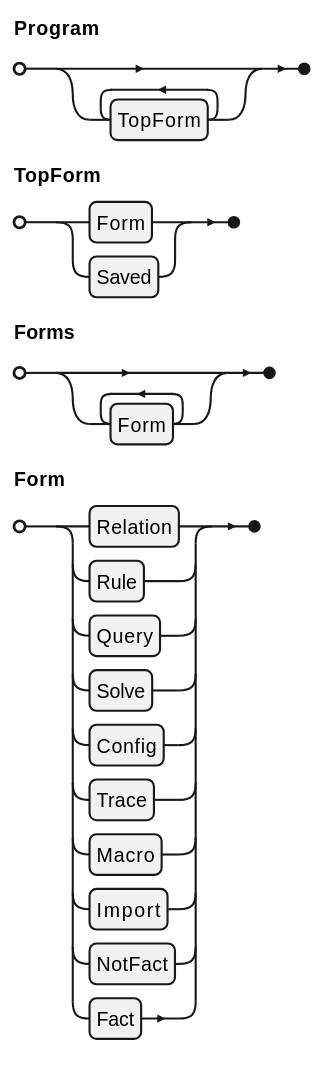
Above: docs/ein/user/04-reference/diagrams/01-grammar-phrase-program.svg in agutikov/ein (PlantUML), before the change. Its source is kept beside it as docs/ein/user/04-reference/diagrams/01-grammar-phrase-program.puml.
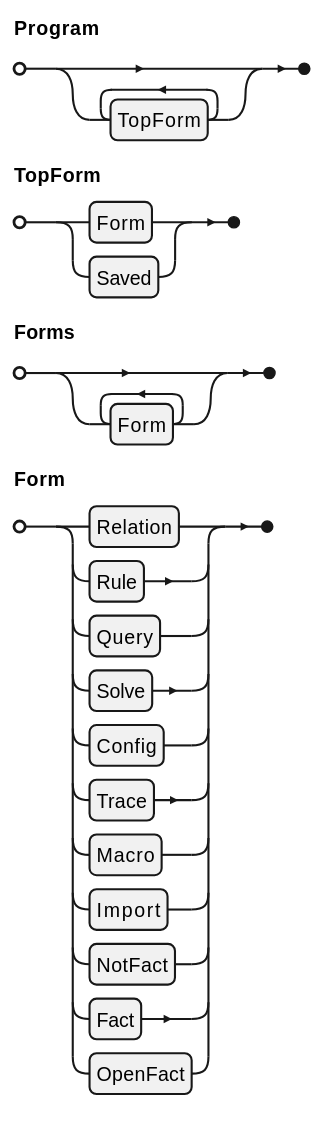
Above is the later version.

What changed in the source:
```diff
@@ -2,5 +2,6 @@
 Program = { TopForm } ;
 TopForm = Form | Saved ;
 Forms = { Form } ;
-Form = Relation | Rule | Query | Solve | Config | Trace | Macro | Import | NotFact | Fact ;
+Form =
+  Relation | Rule | Query | Solve | Config | Trace | Macro | Import | NotFact | Fact | OpenFact ;
 @endebnf
```
